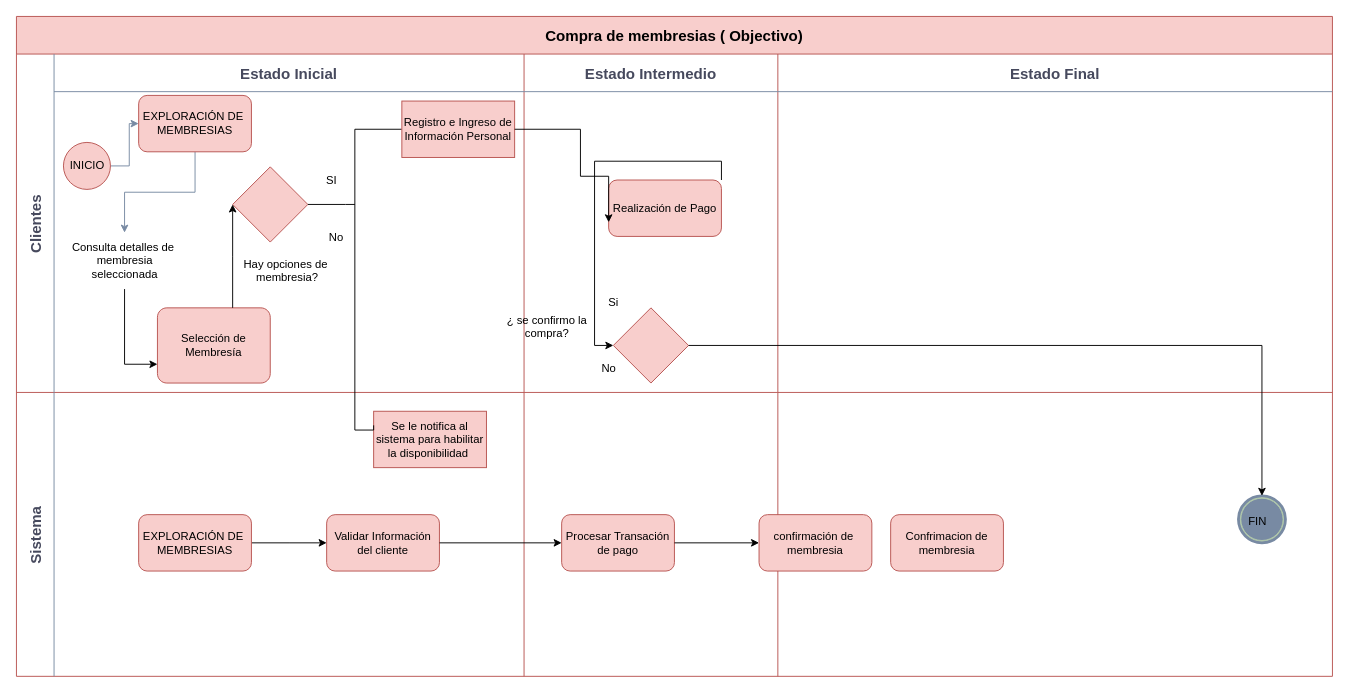
This is page "Modelo BPMN-objectivo" (2 of 5) of 1.Planear/MAKUMBASPORTS.drawio from Ale-pool/MAKUMBASPORTS, a draw.io file, before an edit. Source tidied: cells renumbered, new cells numbered last; positions are measured from the earlier drawing's top-left corner, leaving out a move shared by most shapes. Both pictures are drawn from the tidied source at 94%, with x=0, y=0 at pixel (16, 16).
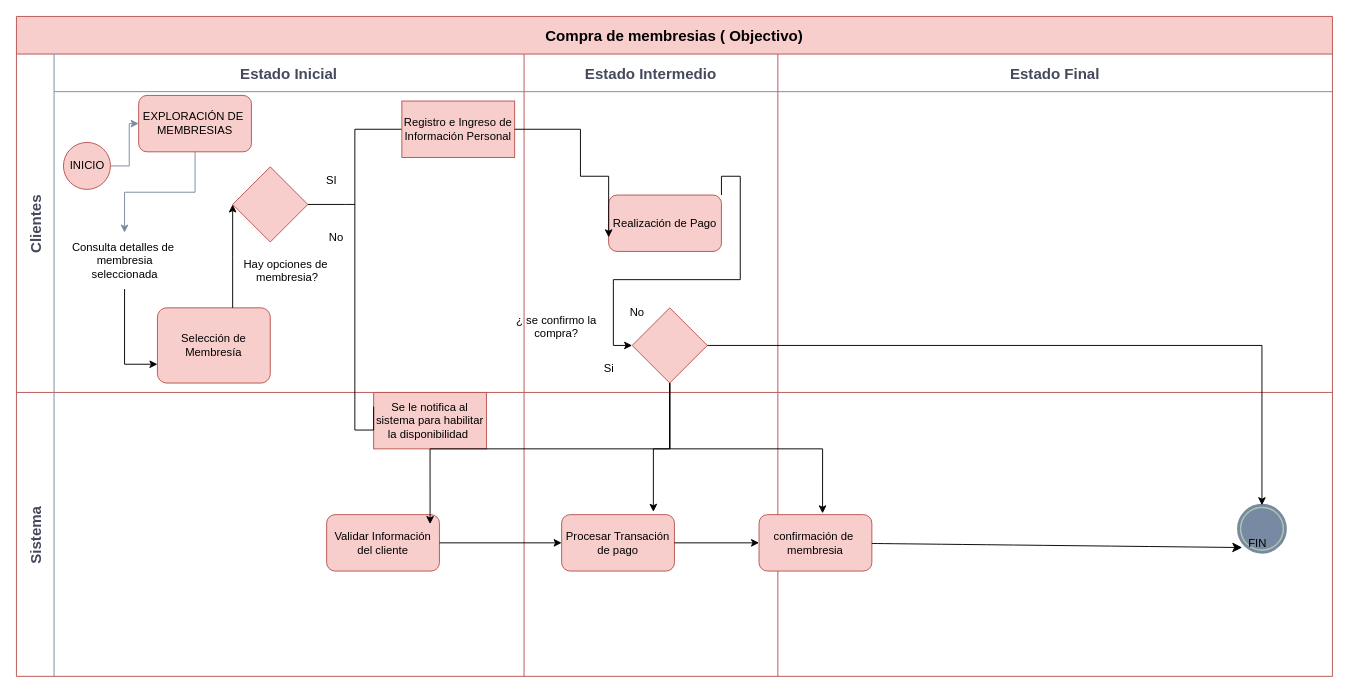
The same page after the edit.

The change refers to these unchanged cells:
```xml
<mxCell id="2" value="Compra de membresias ( Objectivo)" style="shape=table;childLayout=tableLayout;startSize=40;fontSize=16;fontStyle=1;labelBackgroundColor=none;fillColor=#f8cecc;strokeColor=#b85450;" parent="1" vertex="1">
  <mxGeometry width="1400" height="702" as="geometry" />
</mxCell>
<mxCell id="21" value="Estado Intermedio" style="swimlane;swimlaneHead=0;swimlaneBody=0;fontStyle=1;fillColor=none;startSize=40;fontSize=16;labelBackgroundColor=none;strokeColor=#788AA3;fontColor=#46495D;" parent="3" vertex="1">
  <mxGeometry x="540" width="270" height="360" as="geometry" />
</mxCell>
<mxCell id="31" style="swimlane;swimlaneHead=0;swimlaneBody=0;fontStyle=1;fillColor=none;startSize=0;fontSize=16;labelBackgroundColor=none;strokeColor=#788AA3;fontColor=#46495D;" parent="30" vertex="1">
  <mxGeometry x="40" width="500" height="302" as="geometry" />
</mxCell>
<mxCell id="36" value="Validar Información del cliente" style="rounded=1;whiteSpace=wrap;html=1;strokeColor=#b85450;fillColor=#f8cecc;" parent="31" vertex="1">
  <mxGeometry x="290" y="130" width="120" height="60" as="geometry" />
</mxCell>
<mxCell id="38" value="Procesar Transación de pago" style="rounded=1;whiteSpace=wrap;html=1;strokeColor=#b85450;fillColor=#f8cecc;" parent="37" vertex="1">
  <mxGeometry x="40" y="130" width="120" height="60" as="geometry" />
</mxCell>
<mxCell id="39" style="swimlane;swimlaneHead=0;swimlaneBody=0;fontStyle=1;fillColor=none;startSize=0;fontSize=16;labelBackgroundColor=none;strokeColor=#788AA3;fontColor=#46495D;" parent="30" vertex="1">
  <mxGeometry x="810" width="590" height="302" as="geometry" />
</mxCell>
<mxCell id="42" value="confirmación de&amp;nbsp;&lt;div&gt;membresia&lt;/div&gt;" style="rounded=1;whiteSpace=wrap;html=1;strokeColor=#b85450;fillColor=#f8cecc;" parent="39" vertex="1">
  <mxGeometry x="-20" y="130" width="120" height="60" as="geometry" />
</mxCell>
```

Change to the diagram source:
```diff
@@
     <mxCell id="22" value="Realización de Pago" style="rounded=1;whiteSpace=wrap;html=1;fillColor=#f8cecc;strokeColor=#b85450;" parent="21" vertex="1">
-      <mxGeometry x="90" y="134" width="120" height="60" as="geometry" />
+      <mxGeometry x="90" y="150" width="120" height="60" as="geometry" />
     </mxCell>
     <mxCell id="23" style="rhombus;whiteSpace=wrap;html=1;strokeColor=#b85450;fillColor=#f8cecc;" parent="21" vertex="1">
-      <mxGeometry x="95" y="270" width="80" height="80" as="geometry" />
+      <mxGeometry x="115" y="270" width="80" height="80" as="geometry" />
     </mxCell>
@@
     <mxCell id="25" value="&lt;div style=&quot;text-align: center;&quot;&gt;&lt;span style=&quot;background-color: initial; text-wrap: nowrap;&quot;&gt;¿ se confirmo la&lt;/span&gt;&lt;/div&gt;&lt;div style=&quot;text-align: center;&quot;&gt;&lt;span style=&quot;background-color: initial; text-wrap: nowrap;&quot;&gt;compra?&lt;/span&gt;&lt;/div&gt;" style="text;whiteSpace=wrap;html=1;" parent="21" vertex="1">
-      <mxGeometry x="-20" y="270" width="100" height="40" as="geometry" />
+      <mxGeometry x="-10" y="270" width="100" height="40" as="geometry" />
     </mxCell>
     <mxCell id="26" value="Si" style="text;html=1;align=center;verticalAlign=middle;strokeColor=none;fillColor=none;" parent="21" vertex="1">
-      <mxGeometry x="80" y="250" width="30" height="30" as="geometry" />
+      <mxGeometry x="75" y="320" width="30" height="30" as="geometry" />
     </mxCell>
     <mxCell id="27" value="No" style="text;html=1;align=center;verticalAlign=middle;strokeColor=none;fillColor=none;" parent="21" vertex="1">
-      <mxGeometry x="70" y="320" width="40" height="30" as="geometry" />
+      <mxGeometry x="100" y="260" width="40" height="30" as="geometry" />
     </mxCell>
@@
     <mxCell id="32" value="Se le notifica al sistema para habilitar la disponibilidad&amp;nbsp;" style="rounded=0;whiteSpace=wrap;html=1;fillColor=#f8cecc;strokeColor=#b85450;" parent="31" vertex="1">
-      <mxGeometry x="340" y="20" width="120" height="60" as="geometry" />
+      <mxGeometry x="340" width="120" height="60" as="geometry" />
     </mxCell>
@@
-    <mxCell id="34" style="edgeStyle=orthogonalEdgeStyle;rounded=0;jettySize=auto;html=1;exitX=1;exitY=0.5;exitDx=0;exitDy=0;" parent="31" edge="1" source="35">
-      <mxGeometry relative="1" as="geometry">
-        <mxPoint x="290" y="160" as="targetPoint" />
-      </mxGeometry>
-    </mxCell>
-    <mxCell id="35" value="EXPLORACIÓN DE&amp;nbsp;&lt;div&gt;MEMBRESIAS&lt;/div&gt;" style="rounded=1;whiteSpace=wrap;html=1;strokeColor=#b85450;fillColor=#f8cecc;" parent="31" vertex="1">
-      <mxGeometry x="90" y="130" width="120" height="60" as="geometry" />
-    </mxCell>
@@
     <mxCell id="40" style="points=[[0.145,0.145,0],[0.5,0,0],[0.855,0.145,0],[1,0.5,0],[0.855,0.855,0],[0.5,1,0],[0.145,0.855,0],[0,0.5,0]];shape=mxgraph.bpmn.event;html=1;verticalLabelPosition=bottom;labelBackgroundColor=#ffffff;verticalAlign=top;align=center;perimeter=ellipsePerimeter;outlineConnect=0;outline=end;symbol=terminate;strokeColor=#788AA3;fontColor=#46495D;fillColor=#B2C9AB;" parent="39" vertex="1">
-      <mxGeometry x="490" y="110" width="50" height="50" as="geometry" />
+      <mxGeometry x="490" y="120" width="50" height="50" as="geometry" />
     </mxCell>
     <mxCell id="41" value="FIN" style="text;html=1;align=center;verticalAlign=middle;points=[];strokeColor=none;fillColor=none;" parent="39" vertex="1">
-      <mxGeometry x="490" y="122" width="40" height="30" as="geometry" />
+      <mxGeometry x="490" y="146" width="40" height="30" as="geometry" />
     </mxCell>
@@
-    <mxCell id="43" value="Confrimacion de&lt;div&gt;membresia&lt;/div&gt;" style="rounded=1;whiteSpace=wrap;html=1;strokeColor=#b85450;fillColor=#f8cecc;" parent="39" vertex="1">
-      <mxGeometry x="120" y="130" width="120" height="60" as="geometry" />
-    </mxCell>
+    <mxCell id="48" style="edgeStyle=none;curved=1;rounded=0;jettySize=auto;html=1;entryX=0.1;entryY=0.633;entryDx=0;entryDy=0;entryPerimeter=0;fontSize=12;startSize=8;endSize=8;" parent="39" edge="1" source="42" target="41">
+      <mxGeometry relative="1" as="geometry" />
+    </mxCell>
@@
+    <mxCell id="49" style="edgeStyle=orthogonalEdgeStyle;rounded=0;jettySize=auto;html=1;exitX=0.5;exitY=1;exitDx=0;exitDy=0;entryX=0.917;entryY=0.167;entryDx=0;entryDy=0;entryPerimeter=0;" parent="2" edge="1" source="23" target="36">
+      <mxGeometry relative="1" as="geometry" />
+    </mxCell>
+    <mxCell id="50" style="edgeStyle=orthogonalEdgeStyle;rounded=0;jettySize=auto;html=1;exitX=0.5;exitY=1;exitDx=0;exitDy=0;entryX=0.813;entryY=-0.05;entryDx=0;entryDy=0;entryPerimeter=0;" parent="2" edge="1" source="23" target="38">
+      <mxGeometry relative="1" as="geometry" />
+    </mxCell>
+    <mxCell id="51" style="edgeStyle=orthogonalEdgeStyle;rounded=0;jettySize=auto;html=1;exitX=0.5;exitY=1;exitDx=0;exitDy=0;entryX=0.563;entryY=-0.023;entryDx=0;entryDy=0;entryPerimeter=0;" parent="2" edge="1" source="23" target="42">
+      <mxGeometry relative="1" as="geometry" />
+    </mxCell>
```
